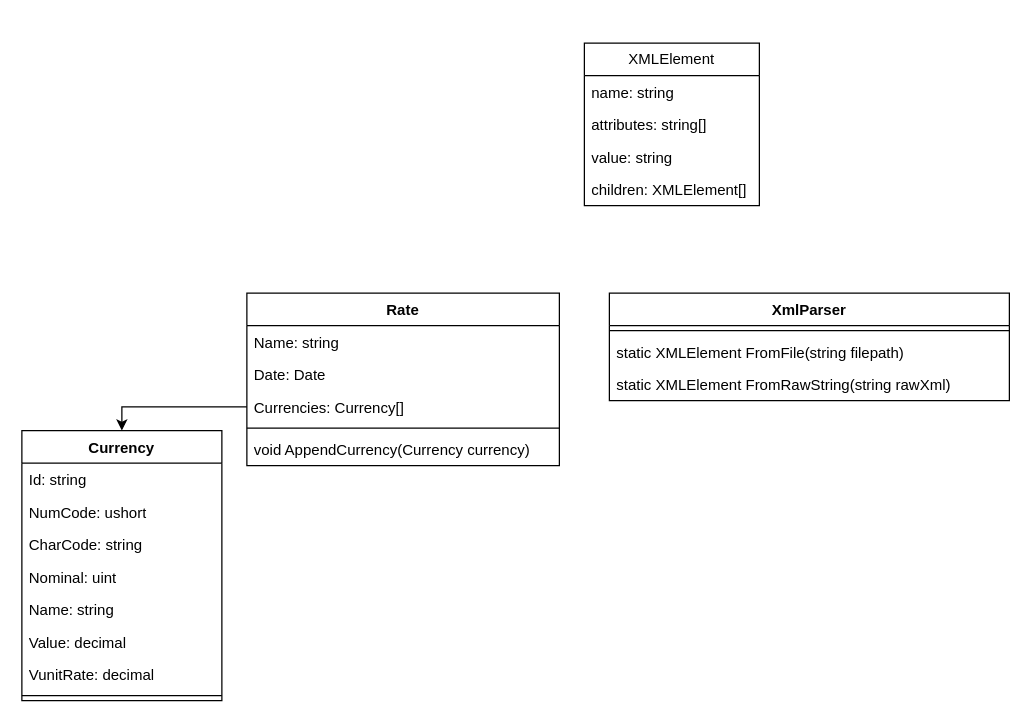
Above: Cbr/docs/CbrArchitecture.drawio in alozhka/TLOnboarding (draw.io), before the change. Source tidied: cells renumbered, new cells numbered last; positions are measured from the earlier drawing's top-left corner, leaving out a move shared by most shapes. Both pictures are drawn from the tidied source at 125%, with x=0, y=0 at pixel (21, 42).
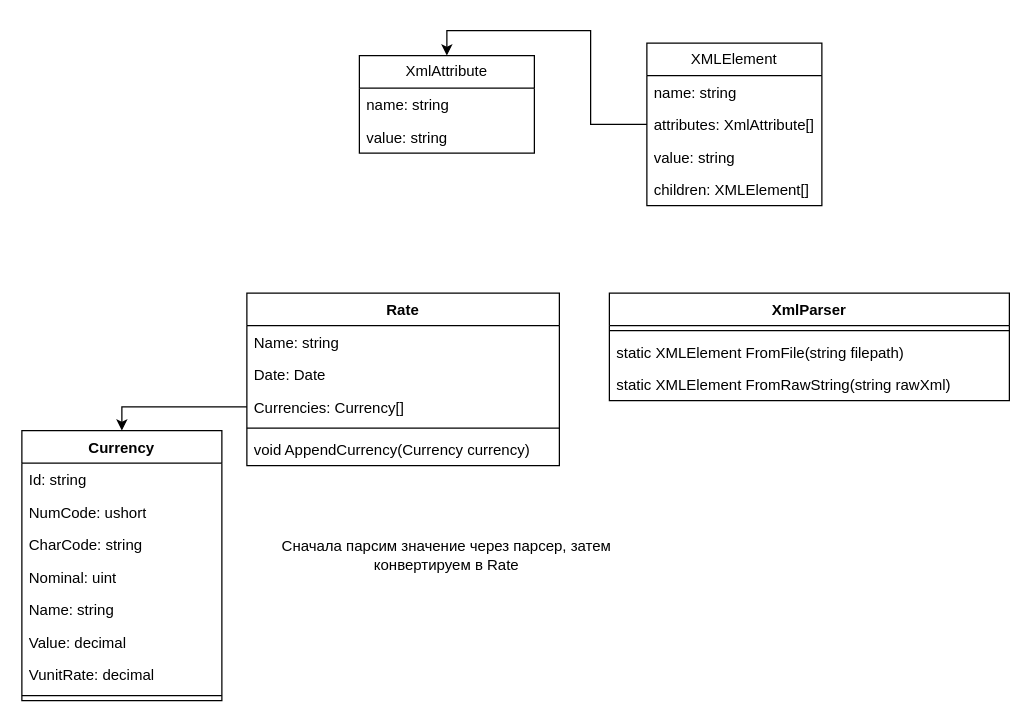
The same page after the edit.

Commit message (it also covers changes not shown here):
Добавил класс аттрибута, начал писать парсер элемента

The edit, as a diff of the source:
```diff
@@
     <mxCell id="22" value="XMLElement" style="swimlane;fontStyle=0;horizontal=1;startSize=26;fillColor=none;whiteSpace=wrap;html=1;" parent="1" vertex="1">
-      <mxGeometry x="450" width="140" height="130" as="geometry" />
+      <mxGeometry x="500" width="140" height="130" as="geometry" />
     </mxCell>
@@
-    <mxCell id="24" value="attributes: string[]" style="text;strokeColor=none;fillColor=none;align=left;verticalAlign=top;spacingLeft=4;spacingRight=4;overflow=hidden;points=[[0,0.5],[1,0.5]];portConstraint=eastwest;whiteSpace=wrap;html=1;" parent="22" vertex="1">
+    <mxCell id="24" value="attributes: XmlAttribute[]" style="text;strokeColor=none;fillColor=none;align=left;verticalAlign=top;spacingLeft=4;spacingRight=4;overflow=hidden;points=[[0,0.5],[1,0.5]];portConstraint=eastwest;whiteSpace=wrap;html=1;" parent="22" vertex="1">
       <mxGeometry y="52" width="140" height="26" as="geometry" />
     </mxCell>
@@
+    <mxCell id="27" value="XmlAttribute" style="swimlane;fontStyle=0;horizontal=1;startSize=26;fillColor=none;whiteSpace=wrap;html=1;" parent="1" vertex="1">
+      <mxGeometry x="270" y="10" width="140" height="78" as="geometry" />
+    </mxCell>
+    <mxCell id="28" value="name: string" style="text;strokeColor=none;fillColor=none;align=left;verticalAlign=top;spacingLeft=4;spacingRight=4;overflow=hidden;whiteSpace=wrap;html=1;" parent="27" vertex="1">
+      <mxGeometry y="26" width="140" height="26" as="geometry" />
+    </mxCell>
+    <mxCell id="29" value="value: string" style="text;strokeColor=none;fillColor=none;align=left;verticalAlign=top;spacingLeft=4;spacingRight=4;overflow=hidden;whiteSpace=wrap;html=1;" parent="27" vertex="1">
+      <mxGeometry y="52" width="140" height="26" as="geometry" />
+    </mxCell>
+    <mxCell id="30" style="edgeStyle=orthogonalEdgeStyle;rounded=0;jettySize=auto;html=1;exitX=0;exitY=0.5;exitDx=0;exitDy=0;entryX=0.5;entryY=0;entryDx=0;entryDy=0;" parent="1" edge="1" source="24" target="27">
+      <mxGeometry relative="1" as="geometry" />
+    </mxCell>
+    <mxCell id="31" value="Сначала парсим значение через парсер, затем конвертируем в Rate" style="text;html=1;align=center;verticalAlign=middle;whiteSpace=wrap;rounded=0;" parent="1" vertex="1">
+      <mxGeometry x="180" y="370" width="320" height="80" as="geometry" />
+    </mxCell>
```
